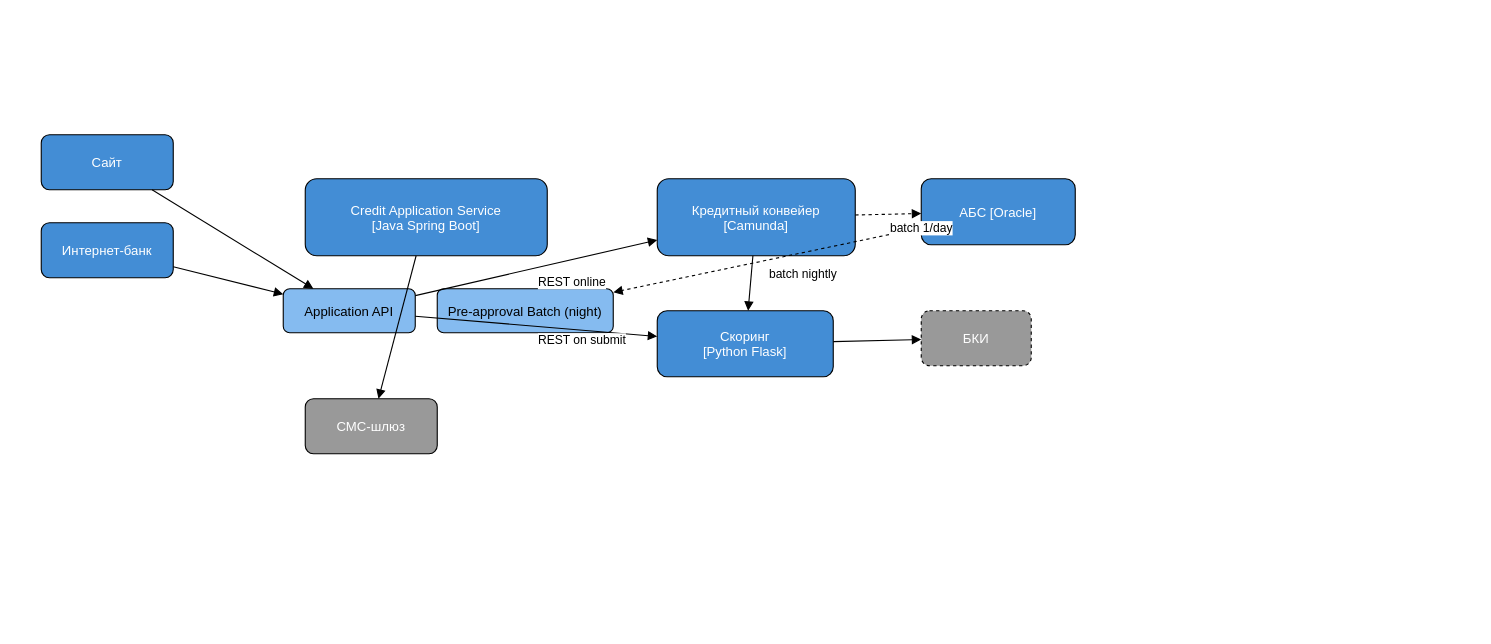
This is Task5/c4_component_credit.drawio from Rainbow42/architecture-pro-standart, a draw.io file, before an edit. Source tidied: cells renumbered, new cells numbered last; positions are measured from the earlier drawing's top-left corner, leaving out a move shared by most shapes. Both pictures are drawn from the tidied source at 110%, with x=0, y=0 at pixel (41, 134).
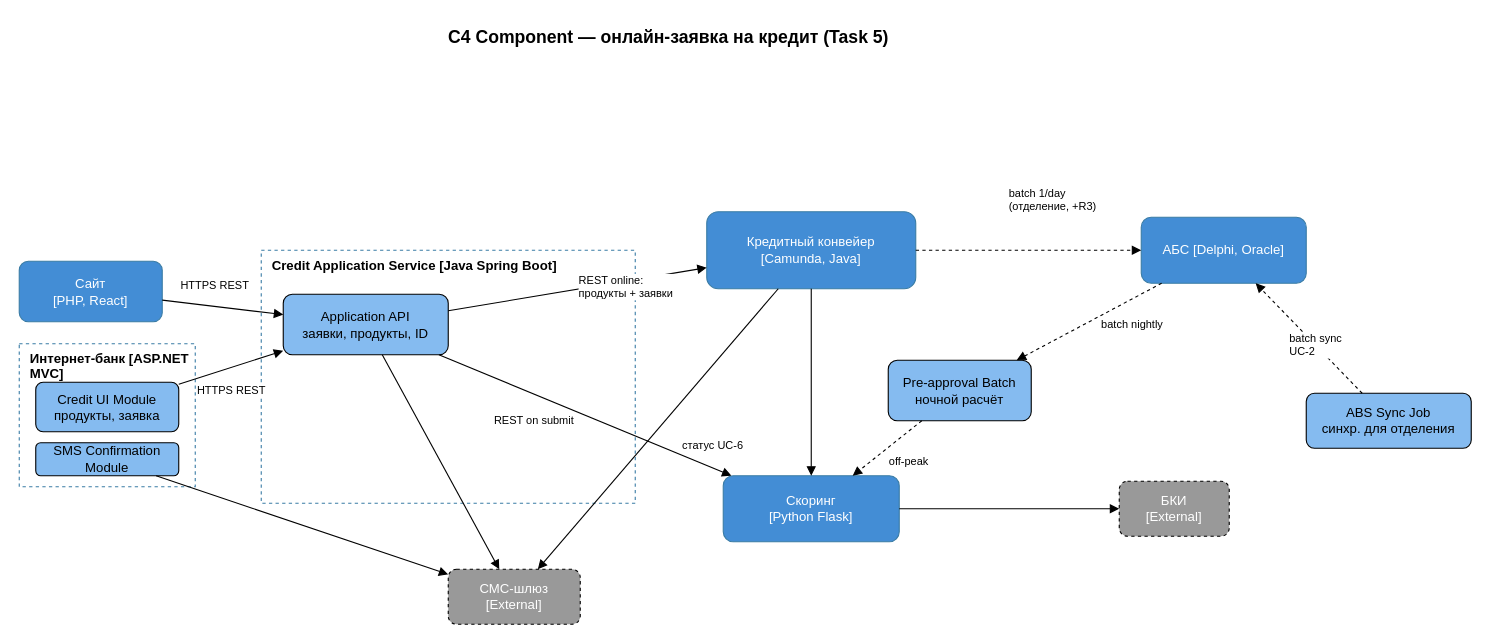
The same diagram, later.

Unchanged cells that the change refers to:
```xml
<mxCell id="12" style="html=1;endArrow=block;" parent="1" edge="1" source="2" target="5">
  <mxGeometry relative="1" as="geometry" />
</mxCell>
<mxCell id="14" style="html=1;endArrow=block;" parent="1" edge="1" source="5" target="7">
  <mxGeometry relative="1" as="geometry" />
</mxCell>
<mxCell id="16" style="html=1;endArrow=block;" parent="1" edge="1" source="5" target="8">
  <mxGeometry relative="1" as="geometry" />
</mxCell>
<mxCell id="20" style="html=1;endArrow=block;dashed=1;" parent="1" edge="1" source="10" target="6">
  <mxGeometry relative="1" as="geometry" />
</mxCell>
<mxCell id="22" style="html=1;endArrow=block;dashed=1;" parent="1" edge="1" source="7" target="10">
  <mxGeometry relative="1" as="geometry" />
</mxCell>
```

The edit, as a diff of the source:
```diff
@@
+    <mxCell id="25" value="C4 Component — онлайн-заявка на кредит (Task 5)" style="text;html=1;strokeColor=none;fillColor=none;align=center;fontSize=16;fontStyle=1;" parent="1" vertex="1">
+      <mxGeometry x="320" y="-105" width="500" height="30" as="geometry" />
+    </mxCell>
-    <mxCell id="2" value="Сайт" style="rounded=1;fillColor=#438DD5;fontColor=#fff;" parent="1" vertex="1">
-      <mxGeometry width="120" height="50" as="geometry" />
+    <mxCell id="2" value="Сайт&#10;[PHP, React]" style="rounded=1;whiteSpace=wrap;html=1;fillColor=#438DD5;fontColor=#fff;strokeColor=#3A7CA5;" parent="1" vertex="1">
+      <mxGeometry x="-20" y="115" width="130" height="55" as="geometry" />
     </mxCell>
-    <mxCell id="3" value="Интернет-банк" style="rounded=1;fillColor=#438DD5;fontColor=#fff;" parent="1" vertex="1">
-      <mxGeometry y="80" width="120" height="50" as="geometry" />
-    </mxCell>
+    <mxCell id="26" value="Интернет-банк [ASP.NET MVC]" style="rounded=0;whiteSpace=wrap;html=1;fillColor=none;strokeColor=#3A7CA5;dashed=1;verticalAlign=top;align=left;spacingLeft=8;fontStyle=1;" parent="1" vertex="1">
+      <mxGeometry x="-20" y="190" width="160" height="130" as="geometry" />
+    </mxCell>
+    <mxCell id="27" value="Credit UI Module&#10;продукты, заявка" style="rounded=1;whiteSpace=wrap;html=1;fillColor=#85BBF0;fontColor=#000;" parent="1" vertex="1">
+      <mxGeometry x="-5" y="225" width="130" height="45" as="geometry" />
+    </mxCell>
+    <mxCell id="28" value="SMS Confirmation Module" style="rounded=1;whiteSpace=wrap;html=1;fillColor=#85BBF0;fontColor=#000;" parent="1" vertex="1">
+      <mxGeometry x="-5" y="280" width="130" height="30" as="geometry" />
+    </mxCell>
-    <mxCell id="4" value="Credit Application Service&#10;[Java Spring Boot]" style="rounded=1;fillColor=#438DD5;fontColor=#fff;" parent="1" vertex="1">
-      <mxGeometry x="240" y="40" width="220" height="70" as="geometry" />
+    <mxCell id="4" value="Credit Application Service [Java Spring Boot]" style="rounded=0;whiteSpace=wrap;html=1;fillColor=none;strokeColor=#3A7CA5;dashed=1;verticalAlign=top;align=left;spacingLeft=8;fontStyle=1;" parent="1" vertex="1">
+      <mxGeometry x="200" y="105" width="340" height="230" as="geometry" />
     </mxCell>
-    <mxCell id="5" value="Application API" style="rounded=1;fillColor=#85BBF0;" parent="1" vertex="1">
-      <mxGeometry x="220" y="140" width="120" height="40" as="geometry" />
+    <mxCell id="5" value="Application API&#10;заявки, продукты, ID" style="rounded=1;whiteSpace=wrap;html=1;fillColor=#85BBF0;fontColor=#000;" parent="1" vertex="1">
+      <mxGeometry x="220" y="145" width="150" height="55" as="geometry" />
     </mxCell>
-    <mxCell id="6" value="Pre-approval Batch (night)" style="rounded=1;fillColor=#85BBF0;" parent="1" vertex="1">
-      <mxGeometry x="360" y="140" width="160" height="40" as="geometry" />
+    <mxCell id="6" value="Pre-approval Batch&#10;ночной расчёт" style="rounded=1;whiteSpace=wrap;html=1;fillColor=#85BBF0;fontColor=#000;" parent="1" vertex="1">
+      <mxGeometry x="770" y="205" width="130" height="55" as="geometry" />
     </mxCell>
+    <mxCell id="29" value="ABS Sync Job&#10;синхр. для отделения" style="rounded=1;whiteSpace=wrap;html=1;fillColor=#85BBF0;fontColor=#000;" parent="1" vertex="1">
+      <mxGeometry x="1150" y="235" width="150" height="50" as="geometry" />
+    </mxCell>
-    <mxCell id="7" value="Кредитный конвейер&#10;[Camunda]" style="rounded=1;fillColor=#438DD5;fontColor=#fff;" parent="1" vertex="1">
-      <mxGeometry x="560" y="40" width="180" height="70" as="geometry" />
+    <mxCell id="7" value="Кредитный конвейер&#10;[Camunda, Java]" style="rounded=1;whiteSpace=wrap;html=1;fillColor=#438DD5;fontColor=#fff;strokeColor=#3A7CA5;" parent="1" vertex="1">
+      <mxGeometry x="605" y="70" width="190" height="70" as="geometry" />
     </mxCell>
-    <mxCell id="8" value="Скоринг&#10;[Python Flask]" style="rounded=1;fillColor=#438DD5;fontColor=#fff;" parent="1" vertex="1">
-      <mxGeometry x="560" y="160" width="160" height="60" as="geometry" />
+    <mxCell id="8" value="Скоринг&#10;[Python Flask]" style="rounded=1;whiteSpace=wrap;html=1;fillColor=#438DD5;fontColor=#fff;strokeColor=#3A7CA5;" parent="1" vertex="1">
+      <mxGeometry x="620" y="310" width="160" height="60" as="geometry" />
     </mxCell>
+    <mxCell id="10" value="АБС [Delphi, Oracle]" style="rounded=1;whiteSpace=wrap;html=1;fillColor=#438DD5;fontColor=#fff;strokeColor=#3A7CA5;" parent="1" vertex="1">
+      <mxGeometry x="1000" y="75" width="150" height="60" as="geometry" />
+    </mxCell>
-    <mxCell id="9" value="БКИ" style="rounded=1;fillColor=#999;fontColor=#fff;dashed=1;" parent="1" vertex="1">
-      <mxGeometry x="800" y="160" width="100" height="50" as="geometry" />
+    <mxCell id="9" value="БКИ&#10;[External]" style="rounded=1;whiteSpace=wrap;html=1;fillColor=#999999;fontColor=#fff;dashed=1;" parent="1" vertex="1">
+      <mxGeometry x="980" y="315" width="100" height="50" as="geometry" />
     </mxCell>
-    <mxCell id="10" value="АБС [Oracle]" style="rounded=1;fillColor=#438DD5;fontColor=#fff;" parent="1" vertex="1">
-      <mxGeometry x="800" y="40" width="140" height="60" as="geometry" />
-    </mxCell>
-    <mxCell id="11" value="СМС-шлюз" style="rounded=1;fillColor=#999;fontColor=#fff;" parent="1" vertex="1">
-      <mxGeometry x="240" y="240" width="120" height="50" as="geometry" />
+    <mxCell id="11" value="СМС-шлюз&#10;[External]" style="rounded=1;whiteSpace=wrap;html=1;fillColor=#999999;fontColor=#fff;dashed=1;" parent="1" vertex="1">
+      <mxGeometry x="370" y="395" width="120" height="50" as="geometry" />
     </mxCell>
@@
+    <mxCell id="30" value="HTTPS REST" style="edgeLabel;html=1;fontSize=10;" parent="12" vertex="1">
+      <mxGeometry relative="1" as="geometry">
+        <mxPoint x="-40" y="-32" as="offset" />
+      </mxGeometry>
+    </mxCell>
-    <mxCell id="13" style="html=1;endArrow=block;" parent="1" edge="1" source="3" target="5">
+    <mxCell id="13" style="html=1;endArrow=block;" parent="1" edge="1" source="27" target="5">
       <mxGeometry relative="1" as="geometry" />
     </mxCell>
+    <mxCell id="31" value="HTTPS REST" style="edgeLabel;html=1;fontSize=10;" parent="13" vertex="1">
+      <mxGeometry relative="1" as="geometry">
+        <mxPoint x="-33" y="8" as="offset" />
+      </mxGeometry>
+    </mxCell>
@@
-    <mxCell id="15" value="REST online" style="edgeLabel;html=1;" parent="14" vertex="1">
-      <mxGeometry relative="1" as="geometry" />
+    <mxCell id="15" value="REST online:&#10;продукты + заявки" style="edgeLabel;html=1;fontSize=10;" parent="14" vertex="1">
+      <mxGeometry relative="1" as="geometry">
+        <mxPoint y="-20" as="offset" />
+      </mxGeometry>
     </mxCell>
@@
-    <mxCell id="17" value="REST on submit" style="edgeLabel;html=1;" parent="16" vertex="1">
-      <mxGeometry relative="1" as="geometry" />
+    <mxCell id="17" value="REST on submit" style="edgeLabel;html=1;fontSize=10;" parent="16" vertex="1">
+      <mxGeometry relative="1" as="geometry">
+        <mxPoint x="-85" y="-8" as="offset" />
+      </mxGeometry>
     </mxCell>
@@
-    <mxCell id="21" value="batch nightly" style="edgeLabel;html=1;" parent="20" vertex="1">
-      <mxGeometry relative="1" as="geometry" />
+    <mxCell id="21" value="batch nightly" style="edgeLabel;html=1;fontSize=10;" parent="20" vertex="1">
+      <mxGeometry relative="1" as="geometry">
+        <mxPoint x="10" y="-10" as="offset" />
+      </mxGeometry>
     </mxCell>
+    <mxCell id="32" style="html=1;endArrow=block;dashed=1;" parent="1" edge="1" source="6" target="8">
+      <mxGeometry relative="1" as="geometry" />
+    </mxCell>
+    <mxCell id="33" value="off-peak" style="edgeLabel;html=1;fontSize=10;" parent="32" vertex="1">
+      <mxGeometry relative="1" as="geometry" />
+    </mxCell>
@@
-    <mxCell id="23" value="batch 1/day" style="edgeLabel;html=1;" parent="22" vertex="1">
-      <mxGeometry relative="1" as="geometry" />
+    <mxCell id="23" value="batch 1/day&#10;(отделение, +R3)" style="edgeLabel;html=1;fontSize=10;" parent="22" vertex="1">
+      <mxGeometry relative="1" as="geometry">
+        <mxPoint x="-20" y="-64" as="offset" />
+      </mxGeometry>
     </mxCell>
-    <mxCell id="24" style="html=1;endArrow=block;" parent="1" edge="1" source="4" target="11">
+    <mxCell id="24" style="html=1;endArrow=block;dashed=1;" parent="1" edge="1" source="29" target="10">
       <mxGeometry relative="1" as="geometry" />
     </mxCell>
+    <mxCell id="34" value="batch sync&#10;UC-2" style="edgeLabel;html=1;fontSize=10;" parent="24" vertex="1">
+      <mxGeometry relative="1" as="geometry">
+        <mxPoint x="-19" y="-12" as="offset" />
+      </mxGeometry>
+    </mxCell>
+    <mxCell id="35" style="html=1;endArrow=block;" parent="1" edge="1" source="28" target="11">
+      <mxGeometry relative="1" as="geometry" />
+    </mxCell>
+    <mxCell id="36" style="html=1;endArrow=block;" parent="1" edge="1" source="5" target="11">
+      <mxGeometry relative="1" as="geometry" />
+    </mxCell>
+    <mxCell id="37" style="html=1;endArrow=block;" parent="1" edge="1" source="7" target="11">
+      <mxGeometry relative="1" as="geometry" />
+    </mxCell>
+    <mxCell id="38" value="статус UC-6" style="edgeLabel;html=1;fontSize=10;" parent="37" vertex="1">
+      <mxGeometry relative="1" as="geometry">
+        <mxPoint x="20" y="2" as="offset" />
+      </mxGeometry>
+    </mxCell>
```
